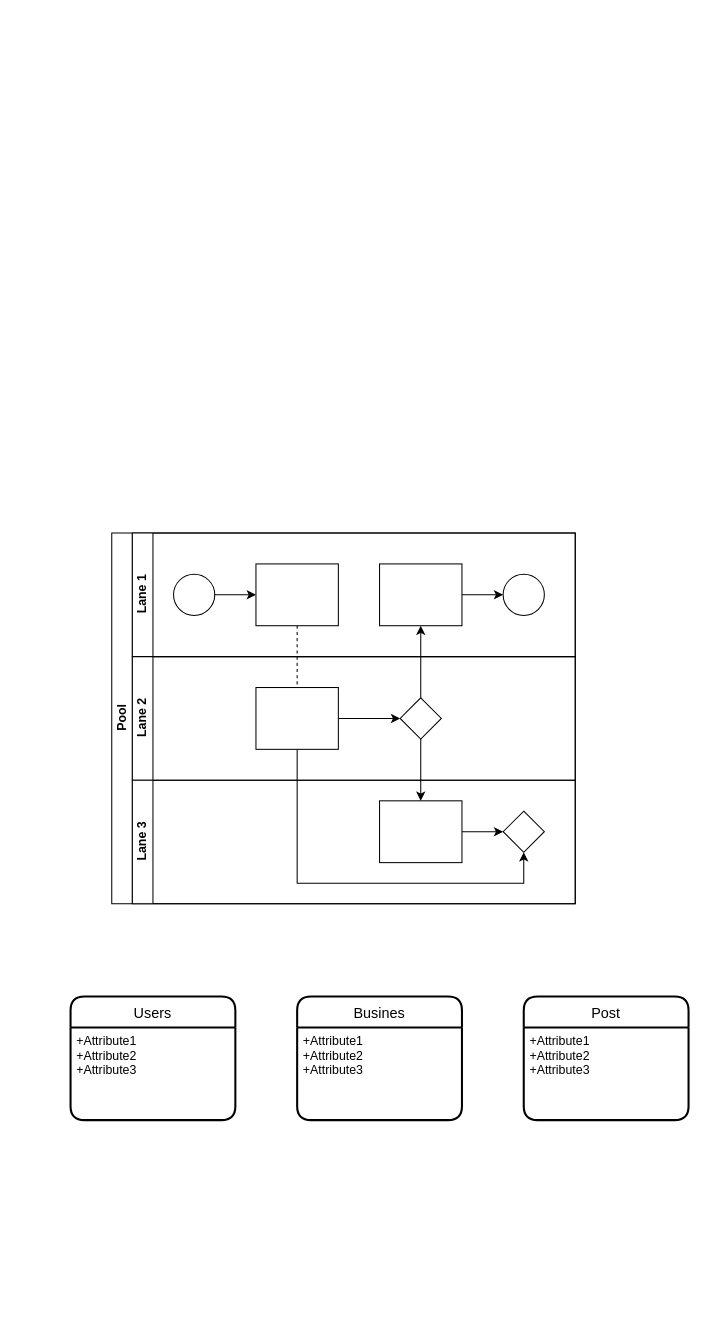
Earlier version of the draw.io diagram Untitled Diagram.drawio (MennyMo/HARDE). Source tidied: cells renumbered, new cells numbered last; positions are measured from the earlier drawing's top-left corner, leaving out a move shared by most shapes. Both pictures are drawn from the tidied source at 103%, with x=0, y=0 at pixel (70, 533).
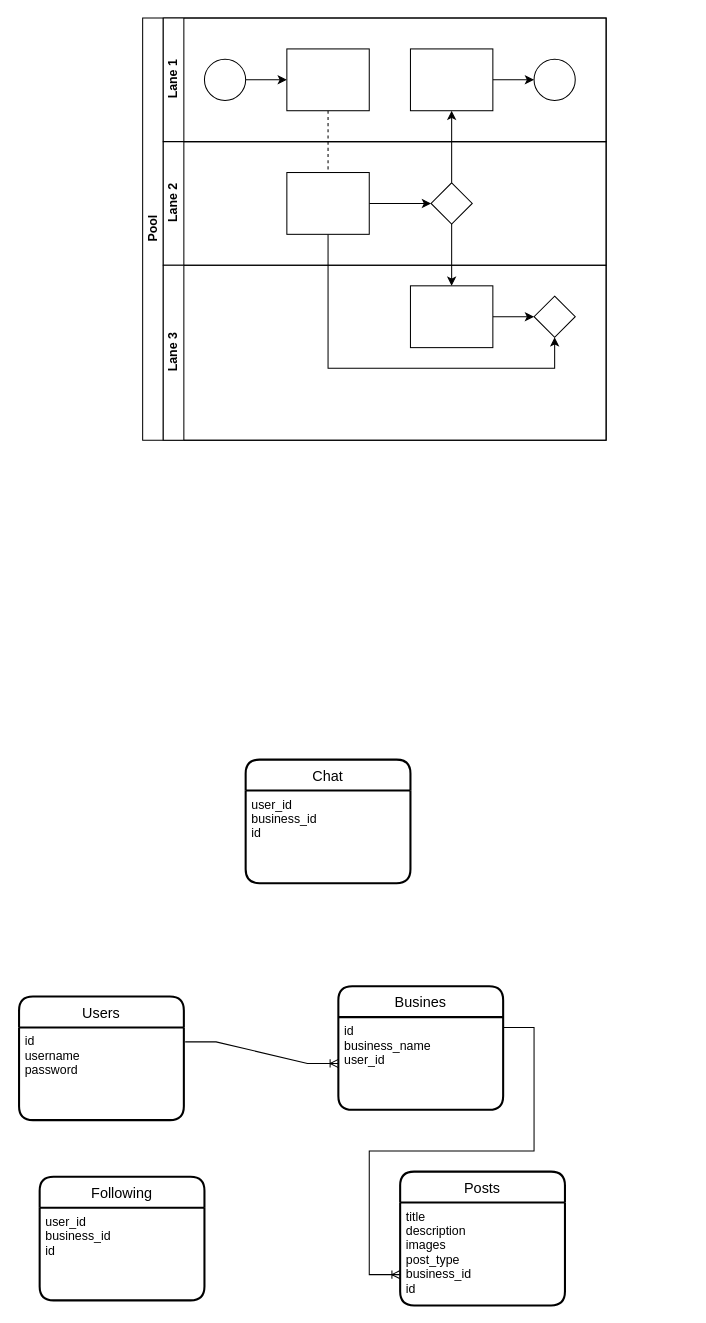
The same page after the edit.

The edit, as a diff of the source:
```diff
@@
     <mxCell id="2" value="Pool" style="swimlane;html=1;horizontal=0;startSize=20;" parent="1" vertex="1">
-      <mxGeometry x="40" width="450" height="360" as="geometry" />
+      <mxGeometry x="70" y="-500" width="450" height="410" as="geometry" />
     </mxCell>
@@
     <mxCell id="18" value="Lane 3" style="swimlane;html=1;startSize=20;horizontal=0;" parent="2" vertex="1">
-      <mxGeometry x="20" y="240" width="430" height="120" as="geometry" />
+      <mxGeometry x="20" y="240" width="430" height="170" as="geometry" />
     </mxCell>
@@
     <mxCell id="22" value="Users" style="swimlane;horizontal=1;startSize=30;rounded=1;fontSize=14;fontStyle=0;strokeWidth=2;shadow=0;dashed=0;align=center;" parent="1" vertex="1">
-      <mxGeometry y="450" width="160" height="120" as="geometry" />
+      <mxGeometry x="-50" y="450" width="160" height="120" as="geometry" />
     </mxCell>
-    <mxCell id="23" value="+Attribute1&#10;+Attribute2&#10;+Attribute3" style="align=left;strokeColor=none;fillColor=none;spacingLeft=4;fontSize=12;verticalAlign=top;" parent="22" vertex="1">
+    <mxCell id="23" value="id&#10;username&#10;password&#10;" style="align=left;strokeColor=none;fillColor=none;spacingLeft=4;fontSize=12;verticalAlign=top;" parent="22" vertex="1">
       <mxGeometry y="30" width="160" height="90" as="geometry" />
     </mxCell>
     <mxCell id="24" value="Busines" style="swimlane;horizontal=1;startSize=30;rounded=1;fontSize=14;fontStyle=0;strokeWidth=2;shadow=0;dashed=0;align=center;" parent="1" vertex="1">
-      <mxGeometry x="220" y="450" width="160" height="120" as="geometry" />
+      <mxGeometry x="260" y="440" width="160" height="120" as="geometry" />
     </mxCell>
-    <mxCell id="25" value="+Attribute1&#10;+Attribute2&#10;+Attribute3" style="align=left;strokeColor=none;fillColor=none;spacingLeft=4;fontSize=12;verticalAlign=top;" parent="24" vertex="1">
+    <mxCell id="25" value="id&#10;business_name&#10;user_id" style="align=left;strokeColor=none;fillColor=none;spacingLeft=4;fontSize=12;verticalAlign=top;" parent="24" vertex="1">
       <mxGeometry y="30" width="160" height="90" as="geometry" />
     </mxCell>
-    <mxCell id="26" value="Post" style="swimlane;horizontal=1;startSize=30;rounded=1;fontSize=14;fontStyle=0;strokeWidth=2;shadow=0;dashed=0;align=center;" parent="1" vertex="1">
-      <mxGeometry x="440" y="450" width="160" height="120" as="geometry" />
+    <mxCell id="26" value="Posts" style="swimlane;horizontal=1;startSize=30;rounded=1;fontSize=14;fontStyle=0;strokeWidth=2;shadow=0;dashed=0;align=center;" parent="1" vertex="1">
+      <mxGeometry x="320" y="620" width="160" height="130" as="geometry" />
     </mxCell>
-    <mxCell id="27" value="+Attribute1&#10;+Attribute2&#10;+Attribute3" style="align=left;strokeColor=none;fillColor=none;spacingLeft=4;fontSize=12;verticalAlign=top;" parent="26" vertex="1">
-      <mxGeometry y="30" width="160" height="90" as="geometry" />
+    <mxCell id="27" value="title&#10;description&#10;images&#10;post_type&#10;business_id&#10;id&#10;" style="align=left;strokeColor=none;fillColor=none;spacingLeft=4;fontSize=12;verticalAlign=top;" parent="26" vertex="1">
+      <mxGeometry y="30" width="160" height="100" as="geometry" />
     </mxCell>
+    <mxCell id="28" value="Following" style="swimlane;horizontal=1;startSize=30;rounded=1;fontSize=14;fontStyle=0;strokeWidth=2;shadow=0;dashed=0;align=center;" parent="1" vertex="1">
+      <mxGeometry x="-30" y="625" width="160" height="120" as="geometry" />
+    </mxCell>
+    <mxCell id="29" value="user_id&#10;business_id&#10;id&#10;" style="align=left;strokeColor=none;fillColor=none;spacingLeft=4;fontSize=12;verticalAlign=top;" parent="28" vertex="1">
+      <mxGeometry y="30" width="160" height="90" as="geometry" />
+    </mxCell>
+    <mxCell id="30" style="edgeStyle=entityRelationEdgeStyle;fontSize=12;html=1;endArrow=ERoneToMany;rounded=0;exitX=1.008;exitY=0.156;exitDx=0;exitDy=0;exitPerimeter=0;entryX=0;entryY=0.5;entryDx=0;entryDy=0;" parent="1" edge="1" source="23" target="25">
+      <mxGeometry relative="1" as="geometry" />
+    </mxCell>
+    <mxCell id="31" style="edgeStyle=entityRelationEdgeStyle;fontSize=12;html=1;endArrow=ERoneToMany;rounded=0;exitX=1.008;exitY=0.156;exitDx=0;exitDy=0;exitPerimeter=0;" parent="1" edge="1">
+      <mxGeometry relative="1" as="geometry">
+        <mxPoint x="420" y="480" as="sourcePoint" />
+        <mxPoint x="320" y="720" as="targetPoint" />
+      </mxGeometry>
+    </mxCell>
+    <mxCell id="32" value="Chat" style="swimlane;horizontal=1;startSize=30;rounded=1;fontSize=14;fontStyle=0;strokeWidth=2;shadow=0;dashed=0;align=center;" parent="1" vertex="1">
+      <mxGeometry x="170" y="220" width="160" height="120" as="geometry" />
+    </mxCell>
+    <mxCell id="33" value="user_id&#10;business_id&#10;id&#10;" style="align=left;strokeColor=none;fillColor=none;spacingLeft=4;fontSize=12;verticalAlign=top;" parent="32" vertex="1">
+      <mxGeometry y="30" width="160" height="90" as="geometry" />
+    </mxCell>
```
